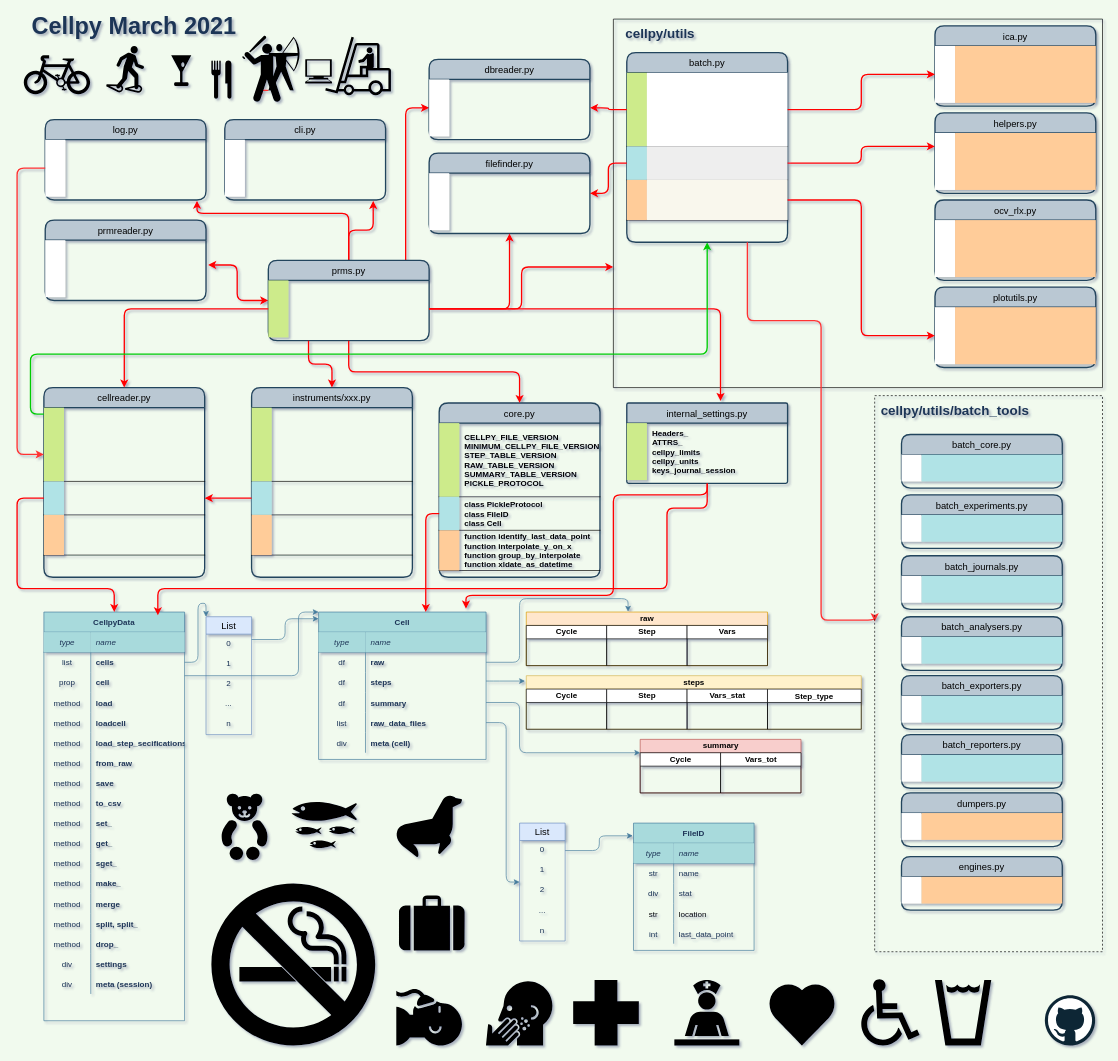
This is cellpy_utils/cellpy-cellpydata-structure.drawio from jepegit/cellpy_utilities, a draw.io file, before an edit. Source tidied: cells renumbered, new cells numbered last; positions are measured from the earlier drawing's top-left corner, leaving out a move shared by most shapes. Both pictures are drawn from the tidied source at 67%, with x=0, y=0 at pixel (17, 19).
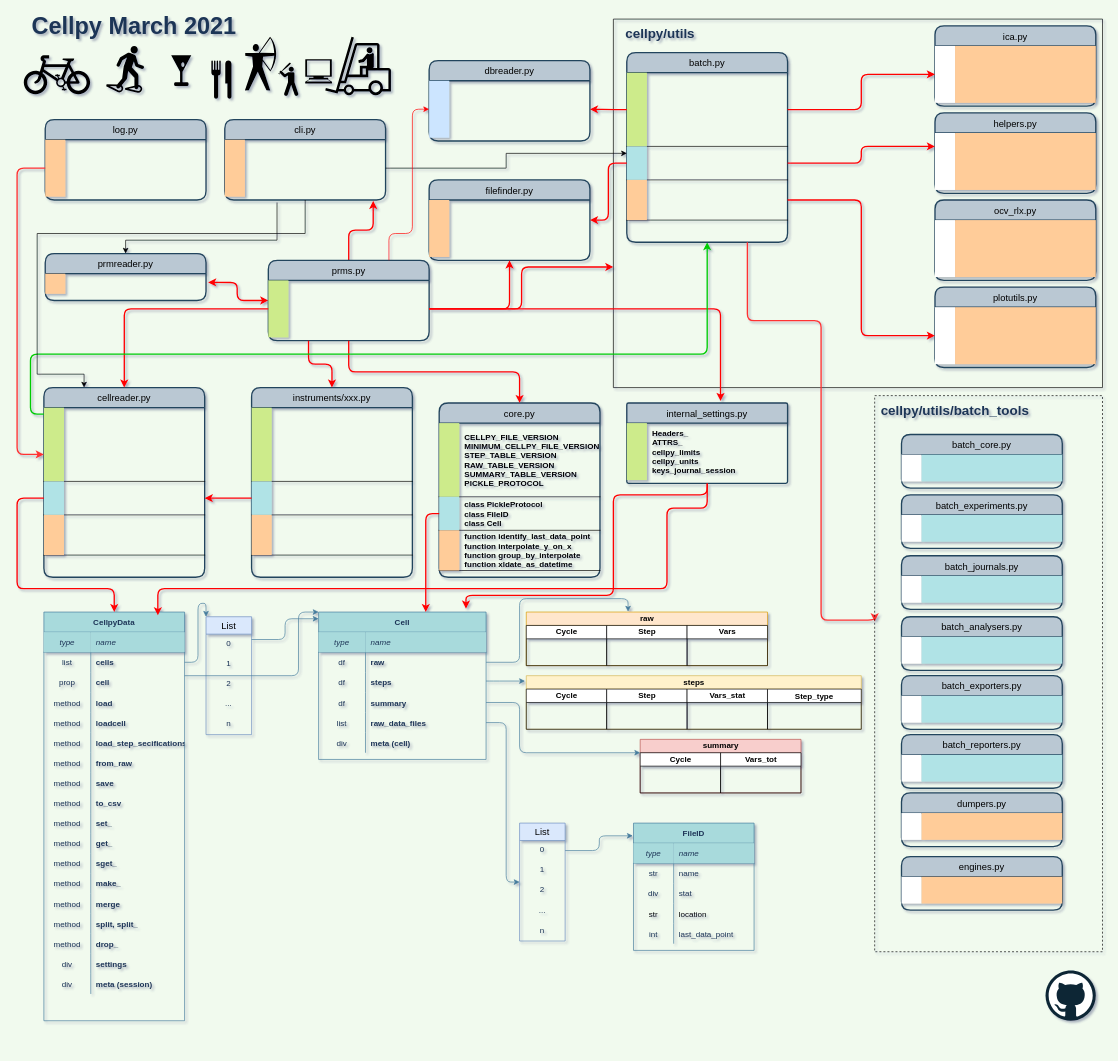
The same page after the edit.

The change refers to these unchanged cells:
```xml
<mxCell id="58" style="group;fontColor=#1D3557;" parent="1" vertex="1">
  <mxGeometry x="450" y="885" width="250" height="366" as="geometry" />
</mxCell>
<mxCell id="144" value="cellreader.py" style="swimlane;horizontal=1;startSize=30;rounded=1;fontSize=14;fontStyle=0;strokeWidth=2;shadow=0;dashed=0;align=center;sketch=0;fillColor=#bac8d3;strokeColor=#23445d;" parent="1" vertex="1">
  <mxGeometry x="40" y="550" width="240" height="283" as="geometry" />
</mxCell>
<mxCell id="161" value="prms.py" style="swimlane;horizontal=1;startSize=30;rounded=1;fontSize=14;fontStyle=0;strokeWidth=2;shadow=0;dashed=0;align=center;sketch=0;fillColor=#bac8d3;strokeColor=#23445d;" parent="1" vertex="1">
  <mxGeometry x="375" y="360" width="240" height="120" as="geometry" />
</mxCell>
<mxCell id="190" style="shape=partialRectangle;fillColor=none;top=0;left=0;bottom=0;right=0;points=[[0,0.5],[1,0.5]];portConstraint=eastwest;" parent="189" vertex="1">
  <mxGeometry width="240" height="85" as="geometry" />
</mxCell>
<mxCell id="194" style="shape=table;startSize=0;childLayout=tableLayout;rowLines=0;fontStyle=0;align=center;strokeColor=none;fillColor=none;rounded=0;sketch=0;fontColor=#1D3557;" parent="193" vertex="1">
  <mxGeometry y="30" width="240" height="90" as="geometry" />
</mxCell>
<mxCell id="195" style="shape=partialRectangle;fillColor=none;top=0;left=0;bottom=0;right=0;points=[[0,0.5],[1,0.5]];portConstraint=eastwest;" parent="194" vertex="1">
  <mxGeometry width="240" height="85" as="geometry" />
</mxCell>
<mxCell id="200" style="shape=partialRectangle;fillColor=none;top=0;left=0;bottom=0;right=0;points=[[0,0.5],[1,0.5]];portConstraint=eastwest;" parent="199" vertex="1">
  <mxGeometry width="240" height="85" as="geometry" />
</mxCell>
<mxCell id="205" style="shape=partialRectangle;fillColor=none;top=0;left=0;bottom=0;right=0;" parent="204" vertex="1">
  <mxGeometry width="240" height="85" as="geometry" />
</mxCell>
<mxCell id="213" style="shape=partialRectangle;fillColor=none;top=0;left=0;bottom=1;right=0;points=[[0,0.5],[1,0.5]];portConstraint=eastwest;" parent="212" vertex="1">
  <mxGeometry width="240" height="110" as="geometry" />
</mxCell>
<mxCell id="216" style="shape=partialRectangle;fillColor=none;top=0;left=0;bottom=1;right=0;points=[[0,0.5],[1,0.5]];portConstraint=eastwest;" parent="212" vertex="1">
  <mxGeometry y="110" width="240" height="50" as="geometry" />
</mxCell>
<mxCell id="219" style="shape=partialRectangle;fillColor=none;top=0;left=0;bottom=1;right=0;points=[[0,0.5],[1,0.5]];portConstraint=eastwest;" parent="212" vertex="1">
  <mxGeometry y="160" width="240" height="60" as="geometry" />
</mxCell>
```

The edit, as a diff of the source:
```diff
@@
-    <mxCell id="78" style="shape=mxgraph.signs.animals.seal;html=1;fillColor=#000000;strokeColor=none;verticalLabelPosition=bottom;verticalAlign=top;align=center;rounded=0;dashed=1;sketch=0;fontSize=35;fontColor=#1D3557;" parent="58" vertex="1">
-      <mxGeometry x="114" y="274" width="100" height="92" as="geometry" />
-    </mxCell>
@@
-    <mxCell id="158" style="edgeStyle=orthogonalEdgeStyle;curved=0;rounded=1;sketch=0;jettySize=auto;html=1;exitX=0.5;exitY=0;exitDx=0;exitDy=0;entryX=0.944;entryY=1.072;entryDx=0;entryDy=0;entryPerimeter=0;startArrow=none;startFill=0;strokeColor=#FF0000;strokeWidth=2;fillColor=#A8DADC;fontSize=20;fontColor=#1D3557;endArrow=classic;endFill=1;" parent="1" edge="1" source="161" target="190">
-      <mxGeometry relative="1" as="geometry">
-        <Array as="points">
-          <mxPoint x="495" y="290" />
-          <mxPoint x="269" y="290" />
-        </Array>
-      </mxGeometry>
-    </mxCell>
@@
-    <mxCell id="160" style="edgeStyle=orthogonalEdgeStyle;curved=0;rounded=1;sketch=0;jettySize=auto;html=1;entryX=0;entryY=0.5;entryDx=0;entryDy=0;startArrow=none;startFill=0;endArrow=classic;endFill=1;strokeColor=#FF0000;strokeWidth=2;fillColor=#A8DADC;fontSize=20;fontColor=#1D3557;" parent="1" edge="1" source="161" target="200">
-      <mxGeometry relative="1" as="geometry">
-        <Array as="points">
-          <mxPoint x="580" y="132" />
-        </Array>
-      </mxGeometry>
-    </mxCell>
@@
     <mxCell id="183" value="prmreader.py" style="swimlane;horizontal=1;startSize=30;rounded=1;fontSize=14;fontStyle=0;strokeWidth=2;shadow=0;dashed=0;align=center;sketch=0;fillColor=#bac8d3;strokeColor=#23445d;" parent="1" vertex="1">
-      <mxGeometry x="42" y="300" width="240" height="120" as="geometry" />
+      <mxGeometry x="42" y="350" width="240" height="70" as="geometry" />
     </mxCell>
     <mxCell id="184" style="shape=table;startSize=0;childLayout=tableLayout;rowLines=0;fontStyle=0;align=center;strokeColor=none;fillColor=none;rounded=0;sketch=0;fontColor=#1D3557;" parent="183" vertex="1">
-      <mxGeometry y="30" width="240" height="90" as="geometry" />
+      <mxGeometry y="30" width="240" height="40" as="geometry" />
     </mxCell>
     <mxCell id="185" style="shape=partialRectangle;fillColor=none;top=0;left=0;bottom=0;right=0;points=[[0,0.5],[1,0.5]];portConstraint=eastwest;" parent="184" vertex="1">
-      <mxGeometry width="240" height="85" as="geometry" />
+      <mxGeometry width="240" height="30" as="geometry" />
     </mxCell>
-    <mxCell id="186" style="shape=partialRectangle;top=0;left=0;bottom=0;right=0;fontStyle=0;overflow=hidden;" parent="185" vertex="1">
-      <mxGeometry width="30" height="85" as="geometry" />
+    <mxCell id="186" style="shape=partialRectangle;top=0;left=0;bottom=0;right=0;fontStyle=0;overflow=hidden;fillColor=#ffcc99;strokeColor=#36393d;" parent="185" vertex="1">
+      <mxGeometry width="30" height="30" as="geometry" />
     </mxCell>
     <mxCell id="187" style="shape=partialRectangle;fillColor=none;top=0;left=0;bottom=0;right=0;align=left;spacingLeft=6;fontStyle=1;overflow=hidden;" parent="185" vertex="1">
-      <mxGeometry x="30" width="210" height="85" as="geometry" />
+      <mxGeometry x="30" width="210" height="30" as="geometry" />
     </mxCell>
@@
-    <mxCell id="191" style="shape=partialRectangle;top=0;left=0;bottom=0;right=0;fontStyle=0;overflow=hidden;" parent="190" vertex="1">
+    <mxCell id="191" style="shape=partialRectangle;top=0;left=0;bottom=0;right=0;fontStyle=0;overflow=hidden;fillColor=#ffcc99;strokeColor=#36393d;" parent="190" vertex="1">
       <mxGeometry width="30" height="85" as="geometry" />
     </mxCell>
@@
-    <mxCell id="196" style="shape=partialRectangle;top=0;left=0;bottom=0;right=0;fontStyle=0;overflow=hidden;" parent="195" vertex="1">
+    <mxCell id="196" style="shape=partialRectangle;top=0;left=0;bottom=0;right=0;fontStyle=0;overflow=hidden;fillColor=#ffcc99;strokeColor=#36393d;" parent="195" vertex="1">
       <mxGeometry width="30" height="85" as="geometry" />
     </mxCell>
@@
     <mxCell id="198" value="dbreader.py" style="swimlane;horizontal=1;startSize=30;rounded=1;fontSize=14;fontStyle=0;strokeWidth=2;shadow=0;dashed=0;align=center;sketch=0;fillColor=#bac8d3;strokeColor=#23445d;" parent="1" vertex="1">
-      <mxGeometry x="615" y="60" width="240" height="120" as="geometry" />
+      <mxGeometry x="615" y="62" width="240" height="120" as="geometry" />
     </mxCell>
@@
-    <mxCell id="201" style="shape=partialRectangle;top=0;left=0;bottom=0;right=0;fontStyle=0;overflow=hidden;" parent="200" vertex="1">
+    <mxCell id="201" style="shape=partialRectangle;top=0;left=0;bottom=0;right=0;fontStyle=0;overflow=hidden;fillColor=#cce5ff;strokeColor=#36393d;" parent="200" vertex="1">
       <mxGeometry width="30" height="85" as="geometry" />
     </mxCell>
@@
     <mxCell id="203" value="filefinder.py" style="swimlane;horizontal=1;startSize=30;rounded=1;fontSize=14;fontStyle=0;strokeWidth=2;shadow=0;dashed=0;align=center;sketch=0;fillColor=#bac8d3;strokeColor=#23445d;" parent="1" vertex="1">
-      <mxGeometry x="615" y="200" width="240" height="120" as="geometry" />
+      <mxGeometry x="615" y="240" width="240" height="120" as="geometry" />
     </mxCell>
@@
-    <mxCell id="206" style="shape=partialRectangle;top=0;left=0;bottom=0;right=0;fontStyle=0;overflow=hidden;" parent="205" vertex="1">
+    <mxCell id="206" style="shape=partialRectangle;top=0;left=0;bottom=0;right=0;fontStyle=0;overflow=hidden;fillColor=#ffcc99;strokeColor=#36393d;" parent="205" vertex="1">
       <mxGeometry width="30" height="85" as="geometry" />
     </mxCell>
@@
-    <mxCell id="215" style="shape=partialRectangle;top=0;left=0;bottom=0;right=0;align=left;spacingLeft=6;fontStyle=1;overflow=hidden;" parent="213" vertex="1">
+    <mxCell id="215" style="shape=partialRectangle;top=0;left=0;bottom=0;right=0;align=left;spacingLeft=6;fontStyle=1;overflow=hidden;fillColor=none;" parent="213" vertex="1">
       <mxGeometry x="30" width="210" height="110" as="geometry" />
     </mxCell>
@@
-    <mxCell id="218" style="shape=partialRectangle;fillColor=#eeeeee;top=0;left=0;bottom=0;right=0;align=left;spacingLeft=6;fontStyle=1;overflow=hidden;strokeColor=#36393d;" parent="216" vertex="1">
+    <mxCell id="218" style="shape=partialRectangle;fillColor=none;top=0;left=0;bottom=0;right=0;align=left;spacingLeft=6;fontStyle=1;overflow=hidden;" parent="216" vertex="1">
       <mxGeometry x="30" width="210" height="50" as="geometry" />
     </mxCell>
@@
-    <mxCell id="221" style="shape=partialRectangle;fillColor=#f9f7ed;top=0;left=0;bottom=0;right=0;align=left;spacingLeft=6;fontStyle=1;overflow=hidden;strokeColor=#36393d;" parent="219" vertex="1">
+    <mxCell id="221" style="shape=partialRectangle;fillColor=none;top=0;left=0;bottom=0;right=0;align=left;spacingLeft=6;fontStyle=1;overflow=hidden;" parent="219" vertex="1">
       <mxGeometry x="30" width="210" height="60" as="geometry" />
     </mxCell>
@@
-    <mxCell id="296" style="edgeStyle=orthogonalEdgeStyle;curved=0;rounded=1;sketch=0;jettySize=auto;html=1;exitX=0;exitY=1;exitDx=0;exitDy=0;exitPerimeter=0;entryX=0.431;entryY=0.747;entryDx=0;entryDy=0;entryPerimeter=0;startArrow=none;startFill=0;endArrow=classic;endFill=1;strokeColor=#FF3333;strokeWidth=2;fillColor=#A8DADC;fontSize=35;fontColor=#1D3557;" parent="1" edge="1" source="297" target="298">
-      <mxGeometry relative="1" as="geometry" />
-    </mxCell>
     <mxCell id="297" style="shape=mxgraph.signs.sports.archery;html=1;fillColor=#000000;strokeColor=none;verticalLabelPosition=bottom;verticalAlign=top;align=center;rounded=0;dashed=1;sketch=0;fontSize=35;fontColor=#1D3557;" parent="1" vertex="1">
-      <mxGeometry x="375" y="26.5" width="50" height="80" as="geometry" />
+      <mxGeometry x="340" y="26.5" width="50" height="80" as="geometry" />
     </mxCell>
     <mxCell id="298" style="shape=mxgraph.signs.sports.baseball;html=1;fillColor=#000000;strokeColor=none;verticalLabelPosition=bottom;verticalAlign=top;align=center;rounded=0;dashed=1;sketch=0;fontSize=35;fontColor=#1D3557;" parent="1" vertex="1">
-      <mxGeometry x="336" y="25" width="58" height="99" as="geometry" />
+      <mxGeometry x="390" y="65" width="30" height="50" as="geometry" />
     </mxCell>
@@
-    <mxCell id="302" style="shape=mxgraph.signs.safety.no_smoking;html=1;fillColor=#000000;strokeColor=none;verticalLabelPosition=bottom;verticalAlign=top;align=center;rounded=0;dashed=1;sketch=0;fontSize=35;fontColor=#1D3557;" parent="1" vertex="1">
-      <mxGeometry x="290" y="1290" width="244.5" height="242" as="geometry" />
-    </mxCell>
-    <mxCell id="303" style="shape=mxgraph.signs.healthcare.anesthesia;html=1;fillColor=#000000;strokeColor=none;verticalLabelPosition=bottom;verticalAlign=top;align=center;rounded=0;dashed=1;sketch=0;fontSize=35;fontColor=#1D3557;" parent="1" vertex="1">
-      <mxGeometry x="566" y="1447" width="98" height="85" as="geometry" />
-    </mxCell>
-    <mxCell id="304" style="shape=mxgraph.signs.healthcare.dermatology;html=1;fillColor=#000000;strokeColor=none;verticalLabelPosition=bottom;verticalAlign=top;align=center;rounded=0;dashed=1;sketch=0;fontSize=35;fontColor=#1D3557;" parent="1" vertex="1">
-      <mxGeometry x="700" y="1436" width="99" height="96" as="geometry" />
-    </mxCell>
-    <mxCell id="305" style="shape=mxgraph.signs.healthcare.first_aid;html=1;fillColor=#000000;strokeColor=none;verticalLabelPosition=bottom;verticalAlign=top;align=center;rounded=0;dashed=1;sketch=0;fontSize=35;fontColor=#1D3557;" parent="1" vertex="1">
-      <mxGeometry x="830" y="1434" width="98" height="98" as="geometry" />
-    </mxCell>
-    <mxCell id="306" style="shape=mxgraph.signs.healthcare.care_staff_area;html=1;fillColor=#000000;strokeColor=none;verticalLabelPosition=bottom;verticalAlign=top;align=center;rounded=0;dashed=1;sketch=0;fontSize=35;fontColor=#1D3557;" parent="1" vertex="1">
-      <mxGeometry x="981" y="1434" width="97" height="98" as="geometry" />
-    </mxCell>
-    <mxCell id="307" style="shape=mxgraph.signs.healthcare.heart_1;html=1;fillColor=#000000;strokeColor=none;verticalLabelPosition=bottom;verticalAlign=top;align=center;rounded=0;dashed=1;sketch=0;fontSize=35;fontColor=#1D3557;" parent="1" vertex="1">
-      <mxGeometry x="1120" y="1438" width="103" height="94" as="geometry" />
-    </mxCell>
-    <mxCell id="308" style="shape=mxgraph.signs.healthcare.wheelchair_accessible_1;html=1;fillColor=#000000;strokeColor=none;verticalLabelPosition=bottom;verticalAlign=top;align=center;rounded=0;dashed=1;sketch=0;fontSize=35;fontColor=#1D3557;" parent="1" vertex="1">
-      <mxGeometry x="1260" y="1433" width="87" height="99" as="geometry" />
-    </mxCell>
-    <mxCell id="309" style="shape=mxgraph.signs.food.drinking_water_1;html=1;fillColor=#000000;strokeColor=none;verticalLabelPosition=bottom;verticalAlign=top;align=center;rounded=0;dashed=1;sketch=0;fontSize=35;fontColor=#1D3557;" parent="1" vertex="1">
-      <mxGeometry x="1370" y="1434" width="84" height="98" as="geometry" />
-    </mxCell>
     <mxCell id="310" style="dashed=0;html=1;align=center;labelPosition=center;verticalLabelPosition=bottom;verticalAlign=top;shape=mxgraph.weblogos.github;rounded=0;sketch=0;strokeColor=#457B9D;fillColor=#A8DADC;fontSize=35;fontColor=#1D3557;" parent="1" vertex="1">
-      <mxGeometry x="1534" y="1457" width="75" height="75" as="geometry" />
+      <mxGeometry x="1535" y="1420" width="75" height="75" as="geometry" />
     </mxCell>
-    <mxCell id="311" style="shape=mxgraph.signs.animals.teddy_bear;html=1;fillColor=#000000;strokeColor=none;verticalLabelPosition=bottom;verticalAlign=top;align=center;rounded=0;dashed=1;sketch=0;fontSize=35;fontColor=#1D3557;" parent="1" vertex="1">
-      <mxGeometry x="305" y="1156" width="69" height="99" as="geometry" />
-    </mxCell>
-    <mxCell id="312" style="shape=mxgraph.signs.animals.fish_hatchery;html=1;fillColor=#000000;strokeColor=none;verticalLabelPosition=bottom;verticalAlign=top;align=center;rounded=0;dashed=1;sketch=0;fontSize=35;fontColor=#1D3557;" parent="1" vertex="1">
-      <mxGeometry x="410" y="1157" width="97" height="85" as="geometry" />
-    </mxCell>
-    <mxCell id="313" style="shape=mxgraph.signs.travel.baggage;html=1;fillColor=#000000;strokeColor=none;verticalLabelPosition=bottom;verticalAlign=top;align=center;rounded=0;dashed=1;sketch=0;fontSize=35;fontColor=#1D3557;" parent="1" vertex="1">
-      <mxGeometry x="570" y="1308" width="98" height="82" as="geometry" />
-    </mxCell>
+    <mxCell id="314" style="edgeStyle=orthogonalEdgeStyle;rounded=0;jettySize=auto;html=1;entryX=0.001;entryY=0.207;entryDx=0;entryDy=0;entryPerimeter=0;" parent="1" edge="1" source="195" target="216">
+      <mxGeometry relative="1" as="geometry" />
+    </mxCell>
+    <mxCell id="315" style="edgeStyle=orthogonalEdgeStyle;rounded=0;jettySize=auto;html=1;entryX=0.25;entryY=0;entryDx=0;entryDy=0;" parent="1" edge="1" source="194" target="144">
+      <mxGeometry relative="1" as="geometry">
+        <Array as="points">
+          <mxPoint x="430" y="320" />
+          <mxPoint x="30" y="320" />
+          <mxPoint x="30" y="530" />
+          <mxPoint x="100" y="530" />
+        </Array>
+      </mxGeometry>
+    </mxCell>
+    <mxCell id="316" style="edgeStyle=orthogonalEdgeStyle;rounded=0;jettySize=auto;html=1;entryX=0.325;entryY=1.041;entryDx=0;entryDy=0;entryPerimeter=0;startArrow=classic;startFill=1;endArrow=none;endFill=0;" parent="1" edge="1" target="194">
+      <mxGeometry relative="1" as="geometry">
+        <mxPoint x="162" y="350" as="sourcePoint" />
+        <Array as="points">
+          <mxPoint x="162" y="330" />
+          <mxPoint x="388" y="330" />
+        </Array>
+      </mxGeometry>
+    </mxCell>
+    <mxCell id="317" style="edgeStyle=orthogonalEdgeStyle;rounded=1;jettySize=auto;html=1;entryX=0.75;entryY=0;entryDx=0;entryDy=0;startArrow=classic;startFill=1;endArrow=none;endFill=0;fillColor=#e51400;strokeColor=#FF0000;" parent="1" edge="1" source="200" target="161">
+      <mxGeometry relative="1" as="geometry">
+        <Array as="points">
+          <mxPoint x="590" y="135" />
+          <mxPoint x="590" y="320" />
+          <mxPoint x="555" y="320" />
+        </Array>
+      </mxGeometry>
+    </mxCell>
```
